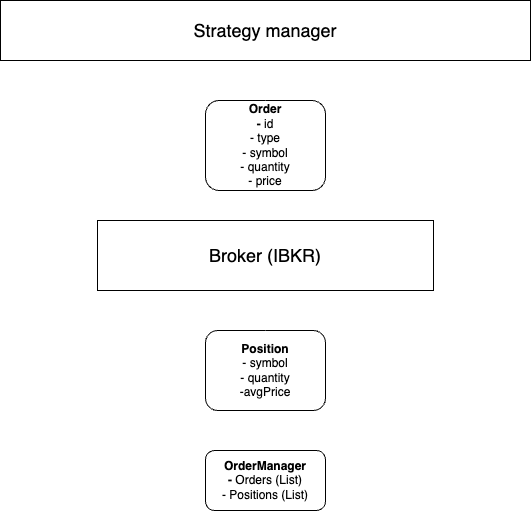
This is doc/oms.drawio.png from Jamesfryer1998/C-AlgoTrader, a draw.io export, as it was before one commit. Source tidied: cells renumbered, new cells last; positions are measured from the earlier drawing's top-left corner, leaving out a move shared by most shapes.
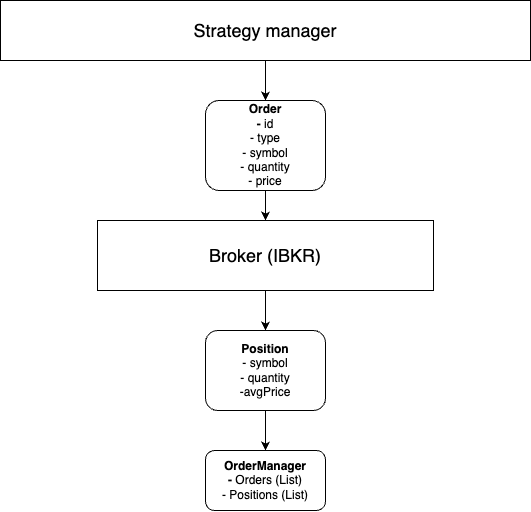
Later version of the same file.

The edit, as a diff of the source:
```diff
@@ -2,13 +2,13 @@
   <root>
     <mxCell id="0" />
     <mxCell id="1" parent="0" />
-    <mxCell id="2" style="edgeStyle=none;html=1;fontSize=18;strokeColor=#FFFFFF;" parent="1" edge="1" source="3" target="10">
+    <mxCell id="2" style="edgeStyle=none;html=1;fontSize=18;strokeColor=light-dark(#000000,#FFFFFF);" parent="1" edge="1" source="3" target="10">
       <mxGeometry relative="1" as="geometry" />
     </mxCell>
     <mxCell id="3" value="&lt;div style=&quot;&quot;&gt;&lt;b style=&quot;background-color: initial;&quot;&gt;Order&lt;/b&gt;&lt;/div&gt;&lt;b&gt;&lt;div style=&quot;&quot;&gt;&lt;b style=&quot;background-color: initial;&quot;&gt;- &lt;/b&gt;&lt;span style=&quot;background-color: initial; font-weight: normal;&quot;&gt;id&lt;/span&gt;&lt;/div&gt;&lt;/b&gt;&lt;div style=&quot;&quot;&gt;&lt;span style=&quot;background-color: initial;&quot;&gt;- type&lt;/span&gt;&lt;/div&gt;&lt;div style=&quot;&quot;&gt;&lt;span style=&quot;background-color: initial;&quot;&gt;- symbol&lt;/span&gt;&lt;/div&gt;- quantity&lt;br&gt;- price" style="rounded=1;whiteSpace=wrap;html=1;align=center;" parent="1" vertex="1">
       <mxGeometry x="205" y="100" width="120" height="90" as="geometry" />
     </mxCell>
-    <mxCell id="4" style="edgeStyle=none;html=1;fontSize=18;strokeColor=#FFFFFF;" parent="1" edge="1" source="5" target="6">
+    <mxCell id="4" style="edgeStyle=none;html=1;fontSize=18;" parent="1" edge="1" source="5" target="6">
       <mxGeometry relative="1" as="geometry" />
     </mxCell>
     <mxCell id="5" value="&lt;b&gt;Position&lt;/b&gt;&lt;br&gt;- symbol&lt;br&gt;- quantity&lt;br&gt;-avgPrice" style="rounded=1;whiteSpace=wrap;html=1;" parent="1" vertex="1">
@@ -20,10 +20,13 @@
     <mxCell id="7" style="edgeStyle=none;html=1;fontSize=18;strokeColor=#FFFFFF;" parent="1" edge="1" source="8" target="3">
       <mxGeometry relative="1" as="geometry" />
     </mxCell>
+    <mxCell id="11" style="edgeStyle=none;html=1;" parent="1" edge="1" source="8" target="3">
+      <mxGeometry relative="1" as="geometry" />
+    </mxCell>
     <mxCell id="8" value="&lt;font style=&quot;font-size: 18px;&quot;&gt;Strategy manager&lt;/font&gt;" style="rounded=0;whiteSpace=wrap;html=1;" parent="1" vertex="1">
       <mxGeometry width="530" height="60" as="geometry" />
     </mxCell>
-    <mxCell id="9" style="edgeStyle=none;html=1;fontSize=18;strokeColor=#FFFFFF;" parent="1" edge="1" source="10" target="5">
+    <mxCell id="9" style="edgeStyle=none;html=1;fontSize=18;" parent="1" edge="1" source="10" target="5">
       <mxGeometry relative="1" as="geometry" />
     </mxCell>
     <mxCell id="10" value="Broker (IBKR)" style="rounded=0;whiteSpace=wrap;html=1;fontSize=18;" parent="1" vertex="1">
```
